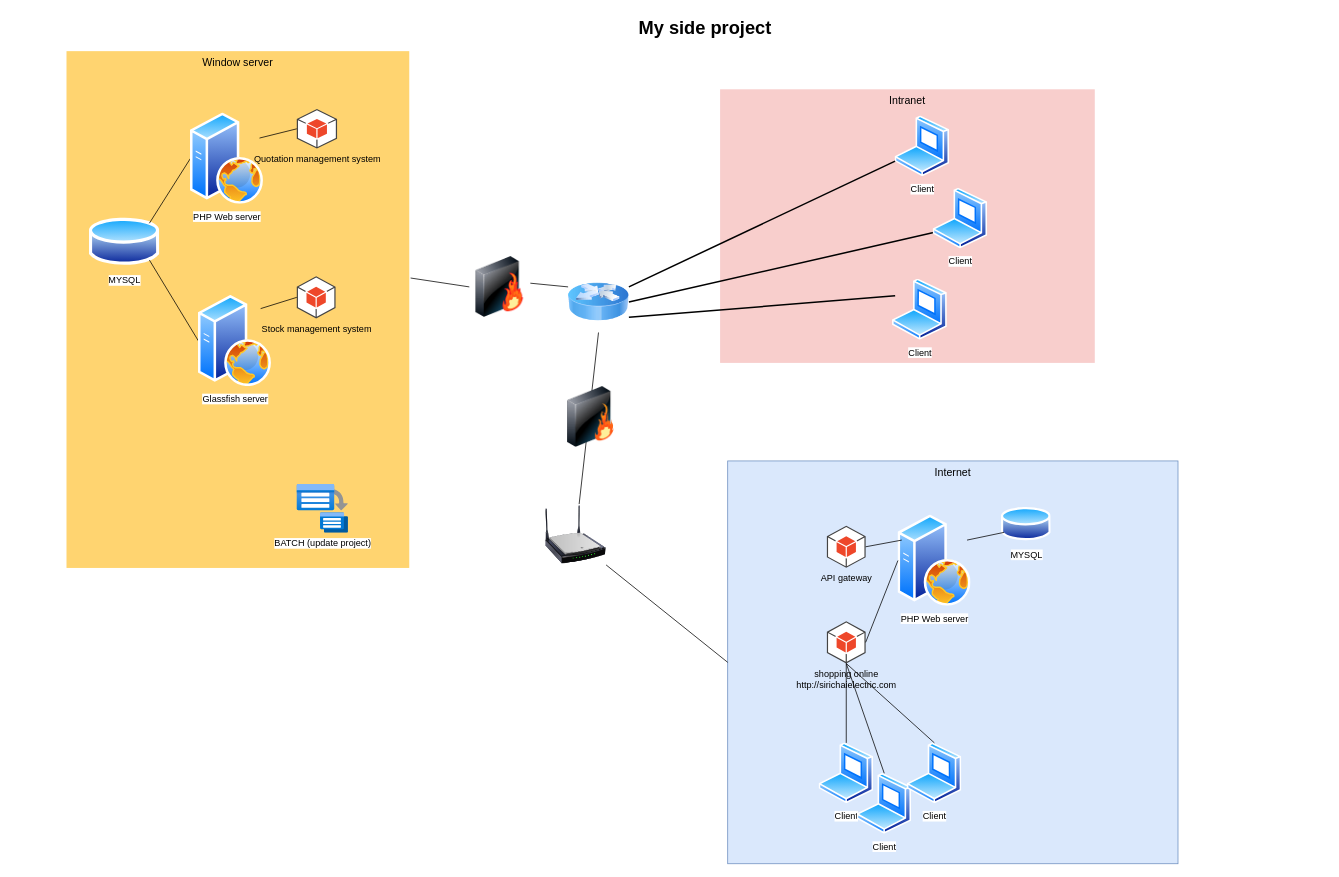
The draw.io diagram sirichaielectric.drawio in wittakarn/diagram, before the edit. Source tidied: cells renumbered, new cells numbered last; positions are measured from the earlier drawing's top-left corner, leaving out a move shared by most shapes. Both pictures are drawn from the tidied source at 76%, with x=0, y=0 at pixel (66, 13). Pictures stored in the file or linked from it are replaced by grey dashed boxes.
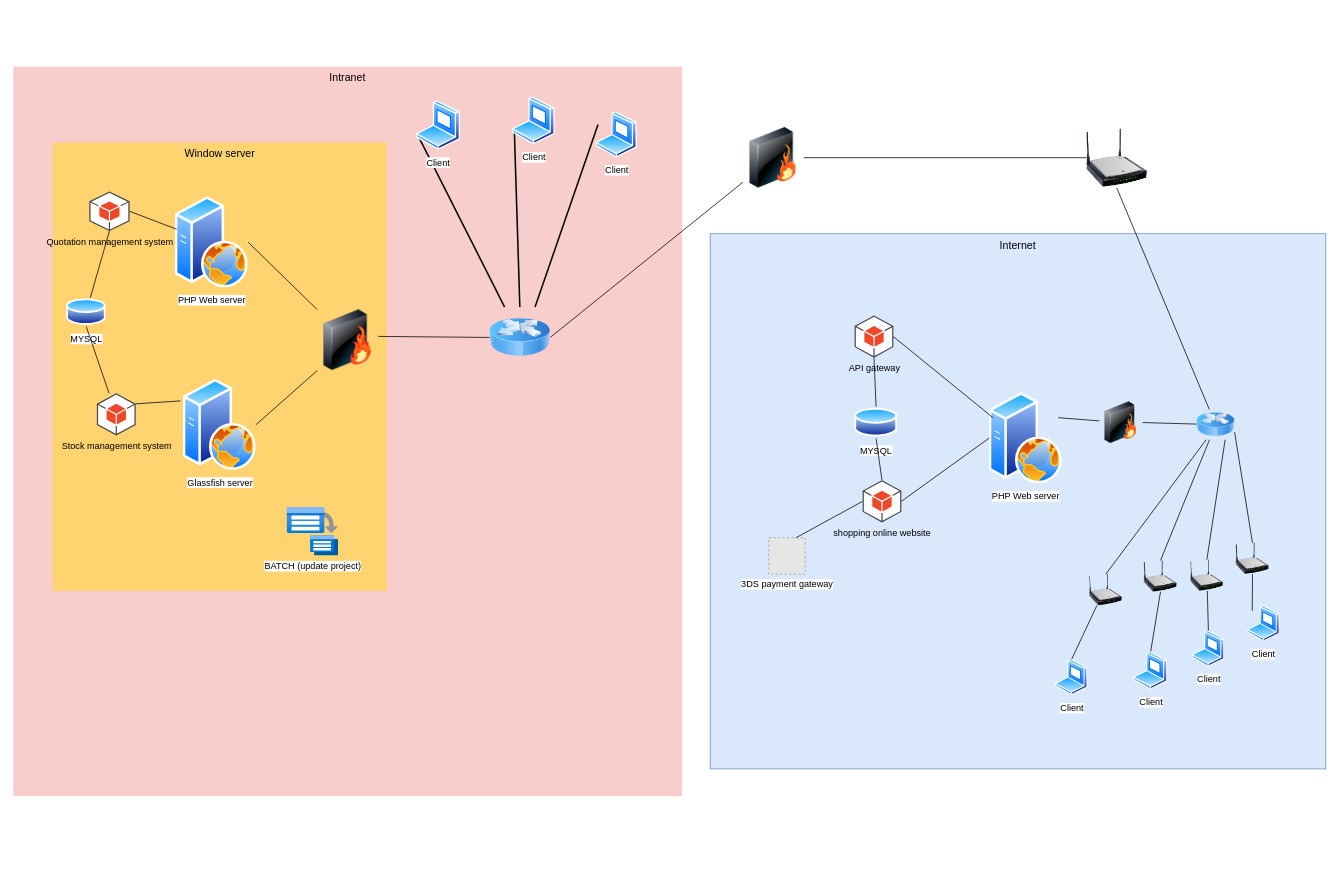
After the change.

Commit message:
Update diagram to make more sense

What changed in the source:
```diff
@@
     <mxCell id="2" value="Intranet" style="whiteSpace=wrap;html=1;fillColor=#f8cecc;fontSize=14;strokeColor=none;verticalAlign=top;" parent="1" vertex="1">
-      <mxGeometry x="860" y="100" width="493" height="360" as="geometry" />
+      <mxGeometry x="-70" y="70" width="880" height="960" as="geometry" />
     </mxCell>
     <mxCell id="3" value="Window server" style="whiteSpace=wrap;html=1;fillColor=#FFD470;gradientColor=none;fontSize=14;strokeColor=none;verticalAlign=top;" parent="1" vertex="1">
-      <mxGeometry y="49.8" width="451" height="680" as="geometry" />
+      <mxGeometry x="-18.5" y="170" width="440" height="590" as="geometry" />
     </mxCell>
-    <mxCell id="4" style="edgeStyle=none;rounded=0;html=1;startSize=10;endSize=10;jettySize=auto;fontSize=14;endArrow=none;endFill=0;strokeWidth=2;entryX=0;entryY=0.25;entryDx=0;entryDy=0;exitX=1;exitY=0.75;exitDx=0;exitDy=0;" parent="1" edge="1" source="18" target="20">
+    <mxCell id="4" style="edgeStyle=none;rounded=0;html=1;startSize=10;endSize=10;jettySize=auto;fontSize=14;endArrow=none;endFill=0;strokeWidth=2;entryX=0;entryY=0.25;entryDx=0;entryDy=0;exitX=0.75;exitY=0;exitDx=0;exitDy=0;" parent="1" edge="1" source="18" target="20">
       <mxGeometry relative="1" as="geometry" />
     </mxCell>
-    <mxCell id="5" style="edgeStyle=none;rounded=0;html=1;startSize=10;endSize=10;jettySize=auto;fontSize=14;endArrow=none;endFill=0;strokeWidth=2;entryX=0;entryY=0.75;entryDx=0;entryDy=0;exitX=1;exitY=0.5;exitDx=0;exitDy=0;" parent="1" edge="1" source="18" target="21">
+    <mxCell id="5" style="edgeStyle=none;rounded=0;html=1;startSize=10;endSize=10;jettySize=auto;fontSize=14;endArrow=none;endFill=0;strokeWidth=2;entryX=0;entryY=0.75;entryDx=0;entryDy=0;exitX=0.5;exitY=0;exitDx=0;exitDy=0;" parent="1" edge="1" source="18" target="21">
       <mxGeometry relative="1" as="geometry" />
     </mxCell>
-    <mxCell id="6" style="edgeStyle=none;rounded=0;html=1;startSize=10;endSize=10;jettySize=auto;fontSize=14;endArrow=none;endFill=0;strokeWidth=2;entryX=0;entryY=0.75;entryDx=0;entryDy=0;exitX=1;exitY=0.25;exitDx=0;exitDy=0;" parent="1" edge="1" source="18" target="19">
+    <mxCell id="6" style="edgeStyle=none;rounded=0;html=1;startSize=10;endSize=10;jettySize=auto;fontSize=14;endArrow=none;endFill=0;strokeWidth=2;entryX=0;entryY=0.75;entryDx=0;entryDy=0;exitX=0.25;exitY=0;exitDx=0;exitDy=0;" parent="1" edge="1" source="18" target="19">
       <mxGeometry relative="1" as="geometry" />
     </mxCell>
-    <mxCell id="7" value="My side project" style="text;strokeColor=none;fillColor=none;html=1;fontSize=24;fontStyle=1;verticalAlign=middle;align=center;" parent="1" vertex="1">
-      <mxGeometry x="409" width="861" height="40" as="geometry" />
-    </mxCell>
-    <mxCell id="8" value="MYSQL" style="perimeter=ellipsePerimeter;html=1;align=center;shadow=0;dashed=0;spacingTop=3;image;image=img/lib/active_directory/database.svg;" parent="1" vertex="1">
-      <mxGeometry x="30" y="266.2" width="92.6" height="68.5" as="geometry" />
+    <mxCell id="8" value="MYSQL" style="perimeter=ellipsePerimeter;html=1;align=center;shadow=0;dashed=0;spacingTop=3;image;image=img/lib/active_directory/database.svg;direction=east;" parent="1" vertex="1">
+      <mxGeometry y="373.8" width="52" height="38.5" as="geometry" />
     </mxCell>
-    <mxCell id="9" style="endArrow=none;html=1;rounded=0;exitX=1;exitY=0;exitDx=0;exitDy=0;entryX=0;entryY=0.5;entryDx=0;entryDy=0;" parent="1" edge="1" source="8" target="12">
-      <mxGeometry relative="1" as="geometry" />
-    </mxCell>
-    <mxCell id="10" style="endArrow=none;html=1;rounded=0;entryX=1;entryY=1;entryDx=0;entryDy=0;exitX=0;exitY=0.5;exitDx=0;exitDy=0;" parent="1" edge="1" source="13" target="8">
-      <mxGeometry relative="1" as="geometry" />
-    </mxCell>
     <mxCell id="11" value="BATCH (update project)" style="html=1;align=center;image;fontSize=12;image=img/lib/azure2/compute/Batch_Accounts.svg;" parent="1" vertex="1">
-      <mxGeometry x="303" y="620" width="68" height="64" as="geometry" />
+      <mxGeometry x="290" y="650" width="68" height="64" as="geometry" />
     </mxCell>
     <mxCell id="12" value="PHP Web server" style="perimeter=ellipsePerimeter;html=1;align=center;shadow=0;dashed=0;spacingTop=3;image;image=img/lib/active_directory/web_server.svg;" parent="1" vertex="1">
-      <mxGeometry x="163" y="131" width="96" height="120" as="geometry" />
+      <mxGeometry x="143" y="241.2" width="96" height="120" as="geometry" />
     </mxCell>
     <mxCell id="13" value="Glassfish server" style="perimeter=ellipsePerimeter;html=1;align=center;shadow=0;dashed=0;spacingTop=3;image;image=img/lib/active_directory/web_server.svg;" parent="1" vertex="1">
-      <mxGeometry x="173.5" y="371" width="96" height="120" as="geometry" />
+      <mxGeometry x="153.5" y="481.2" width="96" height="120" as="geometry" />
     </mxCell>
     <mxCell id="14" value="Stock management system" style="outlineConnect=0;dashed=0;verticalLabelPosition=bottom;verticalAlign=top;align=center;html=1;shape=mxgraph.aws3.android;fillColor=#EE472A;gradientColor=none;" parent="1" vertex="1">
-      <mxGeometry x="303" y="346" width="51" height="55.5" as="geometry" />
+      <mxGeometry x="40" y="500" width="51" height="55.5" as="geometry" />
     </mxCell>
     <mxCell id="15" value="Quotation management system" style="outlineConnect=0;dashed=0;verticalLabelPosition=bottom;verticalAlign=top;align=center;html=1;shape=mxgraph.aws3.android;fillColor=#EE472A;gradientColor=none;" parent="1" vertex="1">
-      <mxGeometry x="303" y="126" width="53" height="52" as="geometry" />
+      <mxGeometry x="30" y="234.5" width="53" height="52" as="geometry" />
     </mxCell>
-    <mxCell id="16" style="endArrow=none;html=1;rounded=0;entryX=1;entryY=0.25;entryDx=0;entryDy=0;exitX=0;exitY=0.5;exitDx=0;exitDy=0;exitPerimeter=0;" parent="1" edge="1" source="15" target="12">
+    <mxCell id="16" style="endArrow=none;html=1;rounded=0;exitX=1;exitY=0.5;exitDx=0;exitDy=0;exitPerimeter=0;" parent="1" edge="1" source="15" target="12">
       <mxGeometry relative="1" as="geometry" />
     </mxCell>
-    <mxCell id="17" style="endArrow=none;html=1;rounded=0;entryX=1;entryY=0;entryDx=0;entryDy=0;exitX=0;exitY=0.5;exitDx=0;exitDy=0;exitPerimeter=0;" parent="1" edge="1" source="14" target="13">
-      <mxGeometry relative="1" as="geometry" />
+    <mxCell id="17" style="endArrow=none;html=1;rounded=0;exitX=1;exitY=0.25;exitDx=0;exitDy=0;exitPerimeter=0;" parent="1" edge="1" source="14">
+      <mxGeometry relative="1" as="geometry">
+        <mxPoint x="150" y="510" as="targetPoint" />
+      </mxGeometry>
     </mxCell>
     <mxCell id="18" style="image;html=1;image=img/lib/clip_art/networking/Router_Icon_128x128.png;" parent="1" vertex="1">
-      <mxGeometry x="660" y="340" width="80" height="80" as="geometry" />
+      <mxGeometry x="556.5" y="386.5" width="80" height="80" as="geometry" />
     </mxCell>
     <mxCell id="19" value="Client" style="perimeter=ellipsePerimeter;html=1;align=center;shadow=0;dashed=0;spacingTop=3;image;image=img/lib/active_directory/laptop_client.svg;" parent="1" vertex="1">
-      <mxGeometry x="1090" y="135" width="72" height="80" as="geometry" />
+      <mxGeometry x="460" y="115" width="58.5" height="65" as="geometry" />
     </mxCell>
     <mxCell id="20" value="Client" style="perimeter=ellipsePerimeter;html=1;align=center;shadow=0;dashed=0;spacingTop=3;image;image=img/lib/active_directory/laptop_client.svg;" parent="1" vertex="1">
-      <mxGeometry x="1086.5" y="349.5" width="72.5" height="80.5" as="geometry" />
+      <mxGeometry x="696.5" y="129.5" width="54.5" height="60.5" as="geometry" />
     </mxCell>
     <mxCell id="21" value="Client" style="perimeter=ellipsePerimeter;html=1;align=center;shadow=0;dashed=0;spacingTop=3;image;image=img/lib/active_directory/laptop_client.svg;" parent="1" vertex="1">
-      <mxGeometry x="1140" y="230" width="72" height="80" as="geometry" />
+      <mxGeometry x="586.5" y="110" width="56.5" height="62.8" as="geometry" />
     </mxCell>
-    <mxCell id="22" style="endArrow=none;html=1;rounded=0;entryX=0;entryY=0.25;entryDx=0;entryDy=0;exitX=1.004;exitY=0.439;exitDx=0;exitDy=0;exitPerimeter=0;startArrow=none;" parent="1" edge="1" source="26" target="18">
+    <mxCell id="22" style="endArrow=none;html=1;rounded=0;entryX=0;entryY=0.5;entryDx=0;entryDy=0;exitX=1.004;exitY=0.439;exitDx=0;exitDy=0;exitPerimeter=0;startArrow=none;" parent="1" edge="1" source="26" target="18">
       <mxGeometry relative="1" as="geometry" />
     </mxCell>
     <mxCell id="23" value="Internet" style="whiteSpace=wrap;html=1;fillColor=#dae8fc;fontSize=14;strokeColor=#6c8ebf;verticalAlign=top;" parent="1" vertex="1">
-      <mxGeometry x="870" y="589" width="592.5" height="530" as="geometry" />
+      <mxGeometry x="847" y="290" width="810" height="704.2" as="geometry" />
     </mxCell>
     <mxCell id="24" style="image;html=1;image=img/lib/clip_art/networking/Wireless_Router_N_128x128.png;" parent="1" vertex="1">
-      <mxGeometry x="630" y="645.8" width="80" height="80" as="geometry" />
+      <mxGeometry x="1342" y="150" width="80" height="80" as="geometry" />
     </mxCell>
-    <mxCell id="25" style="endArrow=none;html=1;rounded=0;exitX=0.5;exitY=1;exitDx=0;exitDy=0;" parent="1" edge="1" source="18" target="24">
+    <mxCell id="25" style="endArrow=none;html=1;rounded=0;exitX=1;exitY=0.5;exitDx=0;exitDy=0;startArrow=none;" parent="1" edge="1" source="28" target="24">
       <mxGeometry relative="1" as="geometry" />
     </mxCell>
     <mxCell id="26" style="image;html=1;image=img/lib/clip_art/networking/Firewall-page1_128x128.png;" parent="1" vertex="1">
-      <mxGeometry x="530" y="320" width="80" height="80" as="geometry" />
+      <mxGeometry x="330" y="390" width="80" height="80" as="geometry" />
     </mxCell>
-    <mxCell id="27" style="endArrow=none;html=1;rounded=0;entryX=0;entryY=0.5;entryDx=0;entryDy=0;exitX=1.004;exitY=0.439;exitDx=0;exitDy=0;exitPerimeter=0;" parent="1" edge="1" source="3" target="26">
+    <mxCell id="27" style="endArrow=none;html=1;rounded=0;entryX=0;entryY=0;entryDx=0;entryDy=0;exitX=1;exitY=0.5;exitDx=0;exitDy=0;" parent="1" edge="1" source="12" target="26">
       <mxGeometry relative="1" as="geometry" />
     </mxCell>
-    <mxCell id="28" style="image;html=1;image=img/lib/clip_art/networking/Firewall_128x128.png;" parent="1" vertex="1">
-      <mxGeometry x="650" y="491" width="80" height="80" as="geometry" />
-    </mxCell>
     <mxCell id="29" value="PHP Web server" style="perimeter=ellipsePerimeter;html=1;align=center;shadow=0;dashed=0;spacingTop=3;image;image=img/lib/active_directory/web_server.svg;" parent="1" vertex="1">
-      <mxGeometry x="1094" y="660" width="96" height="120" as="geometry" />
+      <mxGeometry x="1214" y="498.9" width="96" height="120" as="geometry" />
     </mxCell>
-    <mxCell id="30" value="shopping online&lt;br&gt;http://sirichaielectric.com" style="outlineConnect=0;dashed=0;verticalLabelPosition=bottom;verticalAlign=top;align=center;html=1;shape=mxgraph.aws3.android;fillColor=#EE472A;gradientColor=none;" parent="1" vertex="1">
-      <mxGeometry x="1000.5" y="800" width="51" height="55.5" as="geometry" />
+    <mxCell id="30" value="shopping online website" style="outlineConnect=0;dashed=0;verticalLabelPosition=bottom;verticalAlign=top;align=center;html=1;shape=mxgraph.aws3.android;fillColor=#EE472A;gradientColor=none;" parent="1" vertex="1">
+      <mxGeometry x="1047.5" y="614.4" width="51" height="55.5" as="geometry" />
     </mxCell>
@@
     <mxCell id="32" value="MYSQL" style="perimeter=ellipsePerimeter;html=1;align=center;shadow=0;dashed=0;spacingTop=3;image;image=img/lib/active_directory/database.svg;" parent="1" vertex="1">
-      <mxGeometry x="1230" y="647.8" width="65.5" height="48.5" as="geometry" />
+      <mxGeometry x="1037" y="517.6" width="56.5" height="41.8" as="geometry" />
     </mxCell>
-    <mxCell id="33" style="endArrow=none;html=1;rounded=0;entryX=1;entryY=0.25;entryDx=0;entryDy=0;exitX=0;exitY=0.75;exitDx=0;exitDy=0;" parent="1" edge="1" source="32" target="29">
-      <mxGeometry relative="1" as="geometry" />
-    </mxCell>
     <mxCell id="34" value="Client" style="perimeter=ellipsePerimeter;html=1;align=center;shadow=0;dashed=0;spacingTop=3;image;image=img/lib/active_directory/laptop_client.svg;" parent="1" vertex="1">
-      <mxGeometry x="990" y="960" width="72" height="80" as="geometry" />
+      <mxGeometry x="1301.1" y="850" width="42.9" height="47.6" as="geometry" />
     </mxCell>
     <mxCell id="35" value="Client" style="perimeter=ellipsePerimeter;html=1;align=center;shadow=0;dashed=0;spacingTop=3;image;image=img/lib/active_directory/laptop_client.svg;" parent="1" vertex="1">
-      <mxGeometry x="1040" y="1000" width="72" height="80" as="geometry" />
+      <mxGeometry x="1404" y="840" width="45" height="50" as="geometry" />
     </mxCell>
     <mxCell id="36" value="Client" style="perimeter=ellipsePerimeter;html=1;align=center;shadow=0;dashed=0;spacingTop=3;image;image=img/lib/active_directory/laptop_client.svg;" parent="1" vertex="1">
-      <mxGeometry x="1106" y="960" width="72" height="80" as="geometry" />
+      <mxGeometry x="1481" y="812.2" width="43" height="47.8" as="geometry" />
     </mxCell>
-    <mxCell id="37" style="endArrow=none;html=1;rounded=0;entryX=0.5;entryY=1;entryDx=0;entryDy=0;entryPerimeter=0;exitX=0.5;exitY=0;exitDx=0;exitDy=0;" parent="1" edge="1" source="35" target="30">
-      <mxGeometry relative="1" as="geometry" />
-    </mxCell>
-    <mxCell id="38" style="endArrow=none;html=1;rounded=0;entryX=0.5;entryY=1;entryDx=0;entryDy=0;entryPerimeter=0;exitX=0.5;exitY=0;exitDx=0;exitDy=0;" parent="1" edge="1" source="36" target="30">
-      <mxGeometry relative="1" as="geometry" />
-    </mxCell>
-    <mxCell id="39" style="endArrow=none;html=1;rounded=0;entryX=0.5;entryY=1;entryDx=0;entryDy=0;entryPerimeter=0;exitX=0.5;exitY=0;exitDx=0;exitDy=0;" parent="1" edge="1" source="34" target="30">
-      <mxGeometry relative="1" as="geometry" />
-    </mxCell>
     <mxCell id="40" value="API gateway" style="outlineConnect=0;dashed=0;verticalLabelPosition=bottom;verticalAlign=top;align=center;html=1;shape=mxgraph.aws3.android;fillColor=#EE472A;gradientColor=none;" parent="1" vertex="1">
-      <mxGeometry x="1000.5" y="674.2" width="51" height="55.5" as="geometry" />
+      <mxGeometry x="1037" y="397.6" width="51" height="55.5" as="geometry" />
     </mxCell>
@@
-    <mxCell id="42" style="endArrow=none;html=1;rounded=0;entryX=0;entryY=0.5;entryDx=0;entryDy=0;exitX=1;exitY=1;exitDx=0;exitDy=0;" parent="1" edge="1" source="24" target="23">
+    <mxCell id="42" style="endArrow=none;html=1;rounded=0;exitX=0.5;exitY=1;exitDx=0;exitDy=0;" parent="1" edge="1" source="24" target="58">
       <mxGeometry relative="1" as="geometry" />
     </mxCell>
+    <mxCell id="28" style="image;html=1;image=img/lib/clip_art/networking/Firewall_128x128.png;" parent="1" vertex="1">
+      <mxGeometry x="890" y="150" width="80" height="80" as="geometry" />
+    </mxCell>
+    <mxCell id="43" style="endArrow=none;html=1;rounded=0;exitX=1;exitY=0.5;exitDx=0;exitDy=0;" parent="1" edge="1" source="18" target="28">
+      <mxGeometry relative="1" as="geometry" />
+    </mxCell>
+    <mxCell id="44" style="endArrow=none;html=1;rounded=0;entryX=0.5;entryY=1;entryDx=0;entryDy=0;entryPerimeter=0;" parent="1" edge="1" source="8" target="15">
+      <mxGeometry relative="1" as="geometry" />
+    </mxCell>
+    <mxCell id="45" style="endArrow=none;html=1;rounded=0;entryX=0.5;entryY=1;entryDx=0;entryDy=0;" parent="1" edge="1" source="14" target="8">
+      <mxGeometry relative="1" as="geometry" />
+    </mxCell>
+    <mxCell id="46" style="endArrow=none;html=1;rounded=0;entryX=0.5;entryY=1;entryDx=0;entryDy=0;entryPerimeter=0;exitX=0.5;exitY=0;exitDx=0;exitDy=0;" parent="1" edge="1" source="32" target="40">
+      <mxGeometry relative="1" as="geometry" />
+    </mxCell>
+    <mxCell id="47" style="endArrow=none;html=1;rounded=0;entryX=0.5;entryY=0;entryDx=0;entryDy=0;entryPerimeter=0;exitX=0.5;exitY=1;exitDx=0;exitDy=0;" parent="1" edge="1" source="32" target="30">
+      <mxGeometry relative="1" as="geometry" />
+    </mxCell>
+    <mxCell id="48" style="endArrow=none;html=1;rounded=0;entryX=0;entryY=1;entryDx=0;entryDy=0;exitX=1;exitY=0.5;exitDx=0;exitDy=0;" parent="1" edge="1" source="13" target="26">
+      <mxGeometry relative="1" as="geometry" />
+    </mxCell>
+    <mxCell id="49" value="Client" style="perimeter=ellipsePerimeter;html=1;align=center;shadow=0;dashed=0;spacingTop=3;image;image=img/lib/active_directory/laptop_client.svg;" parent="1" vertex="1">
+      <mxGeometry x="1554" y="779.2" width="42.9" height="47.6" as="geometry" />
+    </mxCell>
+    <mxCell id="50" style="image;html=1;image=img/lib/clip_art/networking/Wireless_Router_N_128x128.png;" parent="1" vertex="1">
+      <mxGeometry x="1537" y="696.8" width="47" height="41.2" as="geometry" />
+    </mxCell>
+    <mxCell id="51" style="endArrow=none;html=1;rounded=0;entryX=0.5;entryY=1;entryDx=0;entryDy=0;exitX=0;exitY=0;exitDx=0;exitDy=0;" parent="1" edge="1" source="49" target="50">
+      <mxGeometry relative="1" as="geometry" />
+    </mxCell>
+    <mxCell id="52" style="image;html=1;image=img/lib/clip_art/networking/Wireless_Router_N_128x128.png;" parent="1" vertex="1">
+      <mxGeometry x="1477" y="718.8" width="47" height="41.2" as="geometry" />
+    </mxCell>
+    <mxCell id="53" style="endArrow=none;html=1;rounded=0;exitX=0.5;exitY=0;exitDx=0;exitDy=0;" parent="1" edge="1" source="36" target="52">
+      <mxGeometry relative="1" as="geometry" />
+    </mxCell>
+    <mxCell id="54" style="image;html=1;image=img/lib/clip_art/networking/Wireless_Router_N_128x128.png;" parent="1" vertex="1">
+      <mxGeometry x="1416" y="720" width="47" height="41.2" as="geometry" />
+    </mxCell>
+    <mxCell id="55" style="endArrow=none;html=1;rounded=0;exitX=0.5;exitY=0;exitDx=0;exitDy=0;entryX=0.5;entryY=1;entryDx=0;entryDy=0;" parent="1" edge="1" source="35" target="54">
+      <mxGeometry relative="1" as="geometry" />
+    </mxCell>
+    <mxCell id="56" style="image;html=1;image=img/lib/clip_art/networking/Wireless_Router_N_128x128.png;" parent="1" vertex="1">
+      <mxGeometry x="1344" y="738" width="47" height="41.2" as="geometry" />
+    </mxCell>
+    <mxCell id="57" style="endArrow=none;html=1;rounded=0;exitX=0.5;exitY=0;exitDx=0;exitDy=0;entryX=0.25;entryY=1;entryDx=0;entryDy=0;" parent="1" edge="1" source="34" target="56">
+      <mxGeometry relative="1" as="geometry" />
+    </mxCell>
+    <mxCell id="58" style="image;html=1;image=img/lib/clip_art/networking/Router_Icon_128x128.png;" parent="1" vertex="1">
+      <mxGeometry x="1487" y="521.2" width="50" height="40" as="geometry" />
+    </mxCell>
+    <mxCell id="59" style="endArrow=none;html=1;rounded=0;entryX=1;entryY=0.25;entryDx=0;entryDy=0;startArrow=none;" parent="1" edge="1" source="66" target="29">
+      <mxGeometry relative="1" as="geometry" />
+    </mxCell>
+    <mxCell id="60" style="endArrow=none;html=1;rounded=0;entryX=0.25;entryY=1;entryDx=0;entryDy=0;exitX=0.5;exitY=0;exitDx=0;exitDy=0;" parent="1" edge="1" source="56" target="58">
+      <mxGeometry relative="1" as="geometry" />
+    </mxCell>
+    <mxCell id="61" style="endArrow=none;html=1;rounded=0;exitX=0.5;exitY=0;exitDx=0;exitDy=0;" parent="1" edge="1" source="54" target="58">
+      <mxGeometry relative="1" as="geometry" />
+    </mxCell>
+    <mxCell id="62" style="endArrow=none;html=1;rounded=0;entryX=0.75;entryY=1;entryDx=0;entryDy=0;exitX=0.5;exitY=0;exitDx=0;exitDy=0;" parent="1" edge="1" source="52" target="58">
+      <mxGeometry relative="1" as="geometry" />
+    </mxCell>
+    <mxCell id="63" style="endArrow=none;html=1;rounded=0;entryX=1;entryY=0.75;entryDx=0;entryDy=0;exitX=0.5;exitY=0;exitDx=0;exitDy=0;" parent="1" edge="1" source="50" target="58">
+      <mxGeometry relative="1" as="geometry" />
+    </mxCell>
+    <mxCell id="64" value="3DS payment gateway" style="fillColor=#E6E6E6;strokeColor=#999999;dashed=1;html=1;verticalAlign=top;verticalLabelPosition=bottom;labelBackgroundColor=#ffffff;" parent="1" vertex="1">
+      <mxGeometry x="924" y="690" width="48" height="48" as="geometry" />
+    </mxCell>
+    <mxCell id="65" style="endArrow=none;html=1;rounded=0;entryX=0;entryY=0.5;entryDx=0;entryDy=0;entryPerimeter=0;exitX=0.75;exitY=0;exitDx=0;exitDy=0;" parent="1" edge="1" source="64" target="30">
+      <mxGeometry relative="1" as="geometry" />
+    </mxCell>
+    <mxCell id="66" style="image;html=1;image=img/lib/clip_art/networking/Firewall_128x128.png;" parent="1" vertex="1">
+      <mxGeometry x="1358.9" y="511" width="57.1" height="55" as="geometry" />
+    </mxCell>
+    <mxCell id="67" style="endArrow=none;html=1;rounded=0;entryX=1;entryY=0.5;entryDx=0;entryDy=0;" parent="1" edge="1" source="58" target="66">
+      <mxGeometry relative="1" as="geometry" />
+    </mxCell>
```
